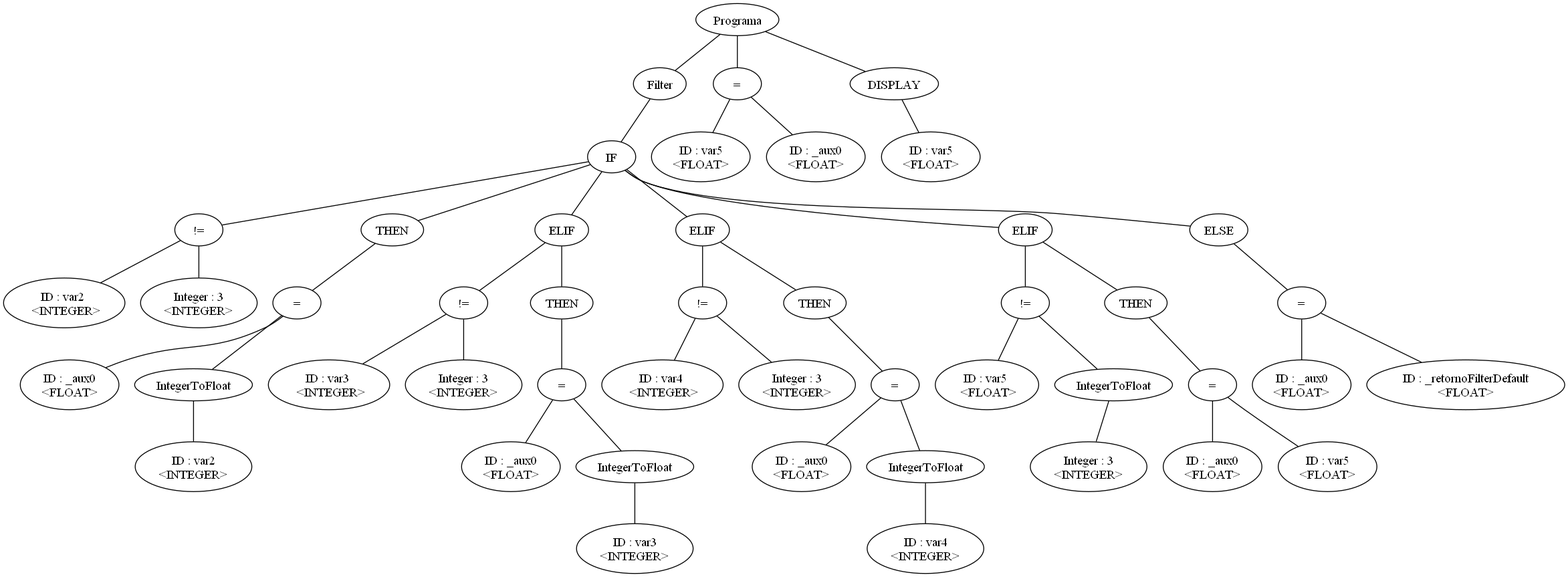
Before: arbol.png, a diagram exported from Graphviz (leandroprios/compilador). Its source is kept beside it as arbol.dot.
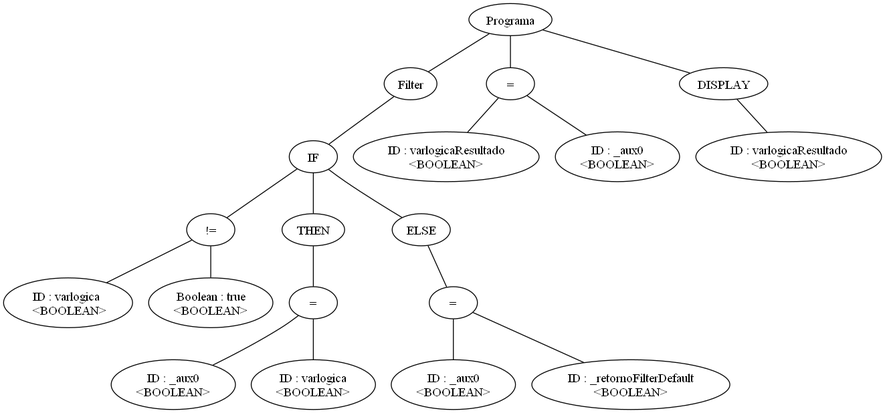
Above is the later version.

Change to the diagram source:
```diff
@@ -1,98 +1,39 @@
-graph G {nodo_149683597[label="Programa"]
-nodo_68772363[label="Filter"]
-nodo_149683597--nodo_68772363
-nodo_2141097718[label="IF"]
-nodo_68772363--nodo_2141097718
-nodo_1482220186[label="!="]
-nodo_2141097718--nodo_1482220186
-nodo_252210057[label="ID : var2
- <INTEGER>"]
-nodo_1482220186--nodo_252210057
-nodo_1078872409[label="Integer : 3\n<INTEGER>"]
-nodo_1482220186--nodo_1078872409
-nodo_1261209240[label="="]
-nodo_911195092--nodo_1261209240
-nodo_1417670997[label="ID : _aux0\n<FLOAT>"]
-nodo_1261209240--nodo_1417670997
-nodo_417827952[label="IntegerToFloat"]
-nodo_1261209240--nodo_417827952
-nodo_709958324[label="ID : var2\n<INTEGER>"]
-nodo_417827952--nodo_709958324
-nodo_2141097718--nodo_911195092
-nodo_911195092[label="THEN"]
-nodo_90587424[label="ELIF"]
-nodo_2141097718--nodo_90587424
-nodo_775482752[label="!="]
-nodo_90587424--nodo_775482752
-nodo_169373755[label="ID : var3
- <INTEGER>"]
-nodo_775482752--nodo_169373755
-nodo_675172214[label="Integer : 3\n<INTEGER>"]
-nodo_775482752--nodo_675172214
-nodo_90587424--nodo_535871748
-nodo_535871748[label="THEN"]
-nodo_526808080[label="="]
-nodo_535871748--nodo_526808080
-nodo_1985732241[label="ID : _aux0\n<FLOAT>"]
-nodo_526808080--nodo_1985732241
-nodo_1057747401[label="IntegerToFloat"]
-nodo_526808080--nodo_1057747401
-nodo_1695829153[label="ID : var3\n<INTEGER>"]
-nodo_1057747401--nodo_1695829153
-nodo_1233023719[label="ELIF"]
-nodo_2141097718--nodo_1233023719
-nodo_1643745807[label="!="]
-nodo_1233023719--nodo_1643745807
-nodo_18657856[label="ID : var4
- <INTEGER>"]
-nodo_1643745807--nodo_18657856
-nodo_1185585030[label="Integer : 3\n<INTEGER>"]
-nodo_1643745807--nodo_1185585030
-nodo_1233023719--nodo_849855124
-nodo_849855124[label="THEN"]
-nodo_2088320254[label="="]
-nodo_849855124--nodo_2088320254
-nodo_1362997396[label="ID : _aux0\n<FLOAT>"]
-nodo_2088320254--nodo_1362997396
-nodo_903317057[label="IntegerToFloat"]
-nodo_2088320254--nodo_903317057
-nodo_668152282[label="ID : var4\n<INTEGER>"]
-nodo_903317057--nodo_668152282
-nodo_318269202[label="ELIF"]
-nodo_2141097718--nodo_318269202
-nodo_788389065[label="!="]
-nodo_318269202--nodo_788389065
-nodo_663859929[label="ID : var5
- <FLOAT>"]
-nodo_788389065--nodo_663859929
-nodo_1222848219[label="IntegerToFloat"]
-nodo_788389065--nodo_1222848219
-nodo_137930906[label="Integer : 3\n<INTEGER>"]
-nodo_1222848219--nodo_137930906
-nodo_318269202--nodo_253592515
-nodo_253592515[label="THEN"]
-nodo_571851838[label="="]
-nodo_253592515--nodo_571851838
-nodo_725543158[label="ID : _aux0\n<FLOAT>"]
-nodo_571851838--nodo_725543158
-nodo_2063240892[label="ID : var5\n<FLOAT>"]
-nodo_571851838--nodo_2063240892
-nodo_2141097718--nodo_821339684
-nodo_821339684[label="ELSE"]
-nodo_936084737[label="="]
-nodo_821339684--nodo_936084737
-nodo_1005814770[label="ID : _aux0\n<FLOAT>"]
-nodo_936084737--nodo_1005814770
-nodo_1733731618[label="ID : _retornoFilterDefault\n<FLOAT>"]
-nodo_936084737--nodo_1733731618
-nodo_1232558106[label="="]
-nodo_149683597--nodo_1232558106
-nodo_587153336[label="ID : var5\n<FLOAT>"]
-nodo_1232558106--nodo_587153336
-nodo_95732742[label="ID : _aux0\n<FLOAT>"]
-nodo_1232558106--nodo_95732742
-nodo_1469652519[label="DISPLAY"]
-nodo_149683597--nodo_1469652519
-nodo_618478406[label="ID : var5\n<FLOAT>"]
-nodo_1469652519--nodo_618478406
+graph G {nodo_973966548[label="Programa"]
+nodo_1135577805[label="Filter"]
+nodo_973966548--nodo_1135577805
+nodo_1556129942[label="IF"]
+nodo_1135577805--nodo_1556129942
+nodo_2084912489[label="!="]
+nodo_1556129942--nodo_2084912489
+nodo_720921881[label="ID : varlogica
+ <BOOLEAN>"]
+nodo_2084912489--nodo_720921881
+nodo_364804969[label="Boolean : true\n<BOOLEAN>"]
+nodo_2084912489--nodo_364804969
+nodo_1290007888[label="="]
+nodo_594481717--nodo_1290007888
+nodo_429402064[label="ID : _aux0\n<BOOLEAN>"]
+nodo_1290007888--nodo_429402064
+nodo_1889618263[label="ID : varlogica\n<BOOLEAN>"]
+nodo_1290007888--nodo_1889618263
+nodo_1556129942--nodo_594481717
+nodo_594481717[label="THEN"]
+nodo_1556129942--nodo_935245419
+nodo_935245419[label="ELSE"]
+nodo_379719961[label="="]
+nodo_935245419--nodo_379719961
+nodo_1169698792[label="ID : _aux0\n<BOOLEAN>"]
+nodo_379719961--nodo_1169698792
+nodo_491136552[label="ID : _retornoFilterDefault\n<BOOLEAN>"]
+nodo_379719961--nodo_491136552
+nodo_1742159654[label="="]
+nodo_973966548--nodo_1742159654
+nodo_1643888668[label="ID : varlogicaResultado\n<BOOLEAN>"]
+nodo_1742159654--nodo_1643888668
+nodo_1706583204[label="ID : _aux0\n<BOOLEAN>"]
+nodo_1742159654--nodo_1706583204
+nodo_1239640413[label="DISPLAY"]
+nodo_973966548--nodo_1239640413
+nodo_387141960[label="ID : varlogicaResultado\n<BOOLEAN>"]
+nodo_1239640413--nodo_387141960
 }
```
